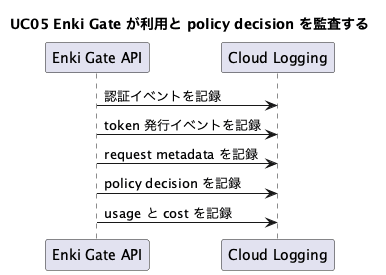
yacchin1205/enki-gate keeps this PlantUML diagram as docs/diagrams/uc05-audit-usage.png. Above is the earlier version.
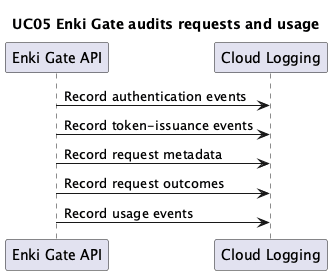
After the commit.

Diff of the diagram source:
```diff
@@ -1,12 +1,12 @@
 @startuml
-title UC05 Enki Gate が利用と policy decision を監査する
+title UC05 Enki Gate audits requests and usage
 
 participant "Enki Gate API" as API
 participant "Cloud Logging" as Logging
 
-API -> Logging: 認証イベントを記録
-API -> Logging: token 発行イベントを記録
-API -> Logging: request metadata を記録
-API -> Logging: policy decision を記録
-API -> Logging: usage と cost を記録
+API -> Logging: Record authentication events
+API -> Logging: Record token-issuance events
+API -> Logging: Record request metadata
+API -> Logging: Record request outcomes
+API -> Logging: Record usage events
 @enduml
```
